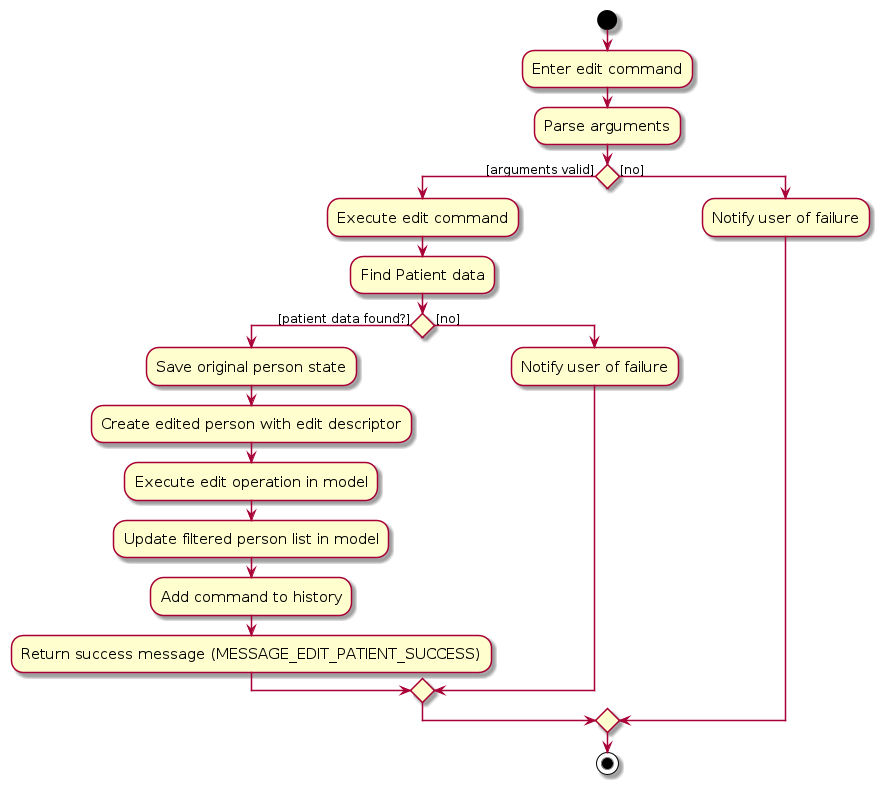
This is diagrams/EditActivityDiagram.png from AY2324S1-CS2103T-T14-3/tp, a PlantUML export, as it was before one commit. Its source is kept beside it as diagrams/EditActivityDiagram.puml.
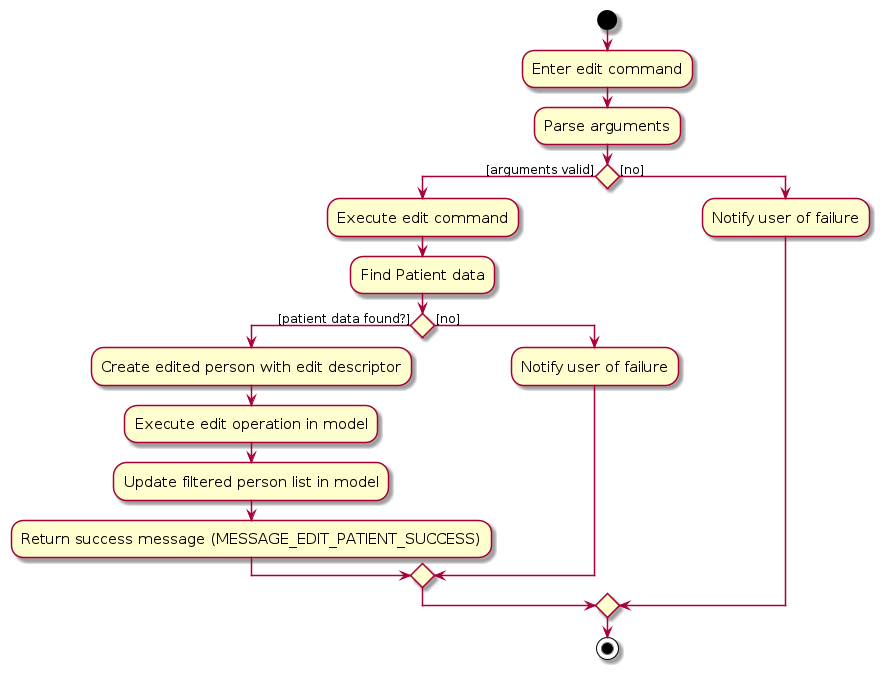
The same file after the commit.

Diff of the diagram source:
```diff
@@ -14,11 +14,9 @@
 
 if () then ([patient data found?])
 
-:Save original person state;
 :Create edited person with edit descriptor;
 :Execute edit operation in model;
 :Update filtered person list in model;
-:Add command to history;
 :Return success message (MESSAGE_EDIT_PATIENT_SUCCESS);
 else ([no])
 
```
